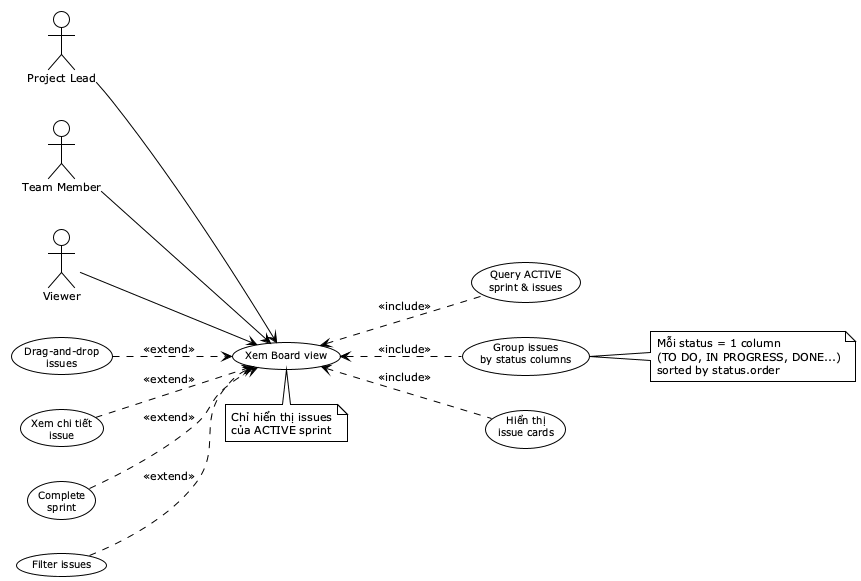
This is reports/dat-examples/report/images/uc05_1_board_view.png from toantran292/datn, a PlantUML export, as it was before one commit.
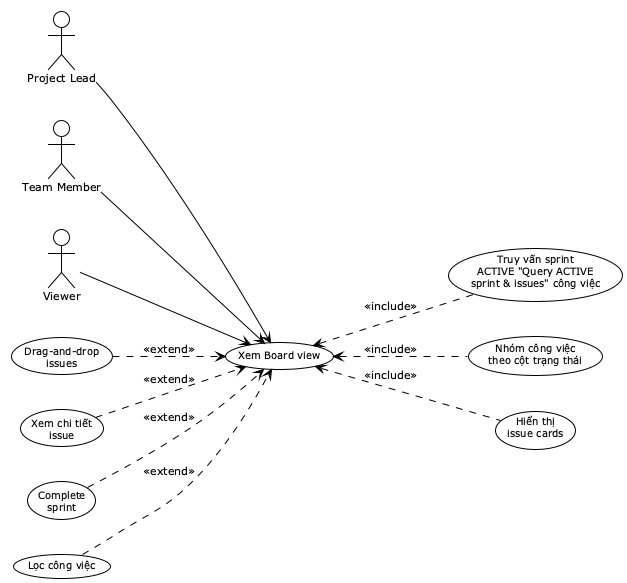
The same diagram one commit later.

Diff of the diagram source:
```diff
@@ -10,13 +10,13 @@
 actor "Viewer" as V
 
 usecase "Xem Board view" as UC_BoardView
-usecase "Query ACTIVE\nsprint & issues" as UC_QueryData
-usecase "Group issues\nby status columns" as UC_GroupColumns
+usecase "Truy vấn sprint\nACTIVE "Query ACTIVE\nsprint & issues" công việc" as UC_QueryData
+usecase "Nhóm công việc\ntheo cột trạng thái" as UC_GroupColumns
 usecase "Hiển thị\nissue cards" as UC_ShowCards
 usecase "Drag-and-drop\nissues" as UC_DragDrop
 usecase "Xem chi tiết\nissue" as UC_ViewIssue
 usecase "Complete\nsprint" as UC_CompleteSprint
-usecase "Filter issues" as UC_Filter
+usecase "Lọc công việc" as UC_Filter
 
 PL --> UC_BoardView
 TM --> UC_BoardView
@@ -31,15 +31,6 @@
 UC_CompleteSprint ..> UC_BoardView : <<extend>>
 UC_Filter ..> UC_BoardView : <<extend>>
 
-note right of UC_GroupColumns
-  Mỗi status = 1 column
-  (TO DO, IN PROGRESS, DONE...)
-  sorted by status.order
-end note
 
-note bottom of UC_BoardView
-  Chỉ hiển thị issues
-  của ACTIVE sprint
-end note
 
 @enduml
```
